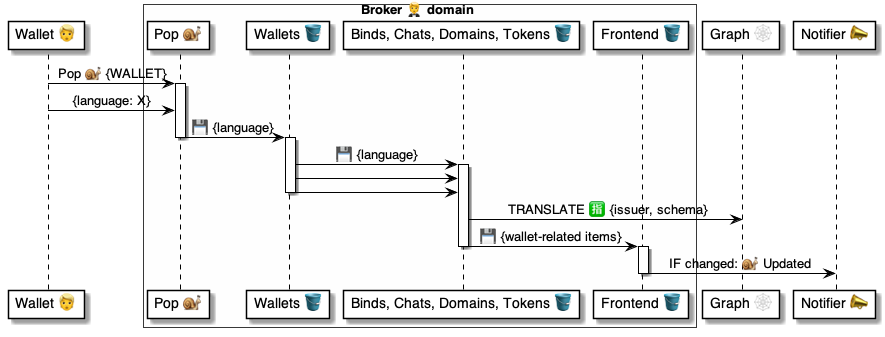
The PlantUML diagram 4 ⚙️ Solution/20 🧑‍🦰 UI/Brokers 🤵/🤵🪣 Broker tables/Wallets 🧑‍🦰 table/🪣🧱 20 Localize ⏩ flow/🤵 Broker.Wallets.Localize ⚙️ uml.png in pollyweb-org/pollyweb-docs, before a commit. Its source is kept beside it as 4 ⚙️ Solution/20 🧑‍🦰 UI/Brokers 🤵/🤵🪣 Broker tables/Wallets 🧑‍🦰 table/🪣🧱 20 Localize ⏩ flow/🤵 Broker.Wallets.Localize ⚙️ uml.puml.
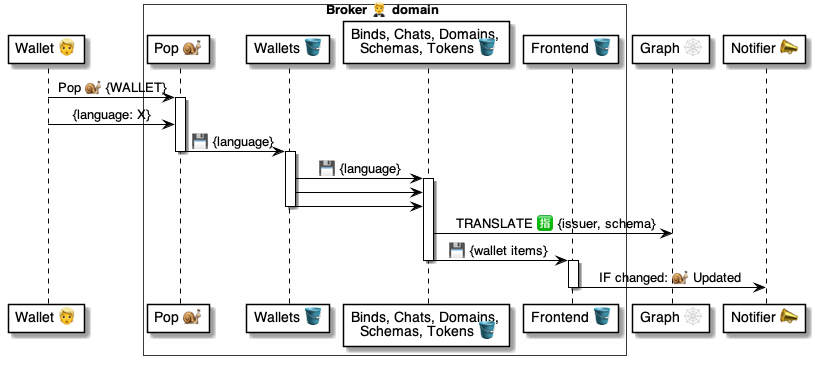
The same diagram one commit later.

Diff of the diagram source:
```diff
@@ -4,7 +4,7 @@
 box Broker 🤵 domain #FFFFFA
     participant "Pop 🐌" as pop
     participant "Wallets 🪣" as wallets
-    participant "Binds, Chats, Domains, Tokens 🪣" as tables
+    participant "Binds, Chats, Domains, \n Schemas, Tokens 🪣" as tables
     participant "Frontend 🪣" as frontend
 end box
 participant "Graph 🕸" as graph
@@ -25,7 +25,7 @@
 deactivate wallets
 
     tables -> graph: TRANSLATE 🈯 {issuer, schema}
-    tables -> frontend: 💾 {wallet-related items}
+    tables -> frontend: 💾 {wallet items}
 deactivate tables
 
 activate frontend
```
